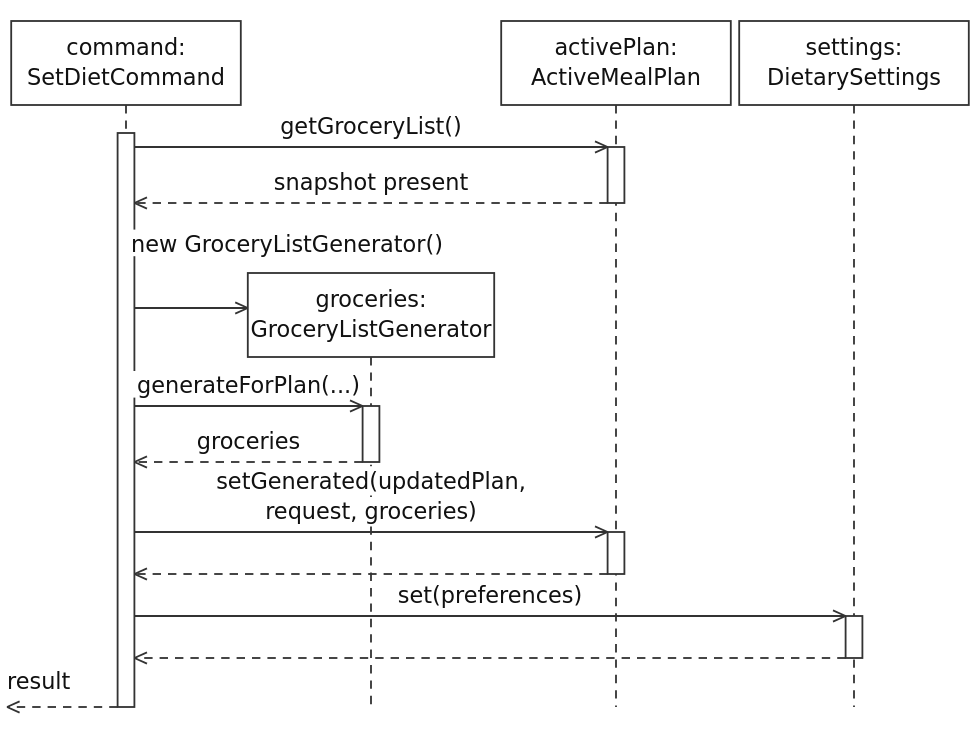
Above: docs/images/dietary/execution.svg in AY2627S1-CS2113-W13-4/tp (PlantUML), before the change. Its source is kept beside it as docs/diagrams/dietary/execution.puml.
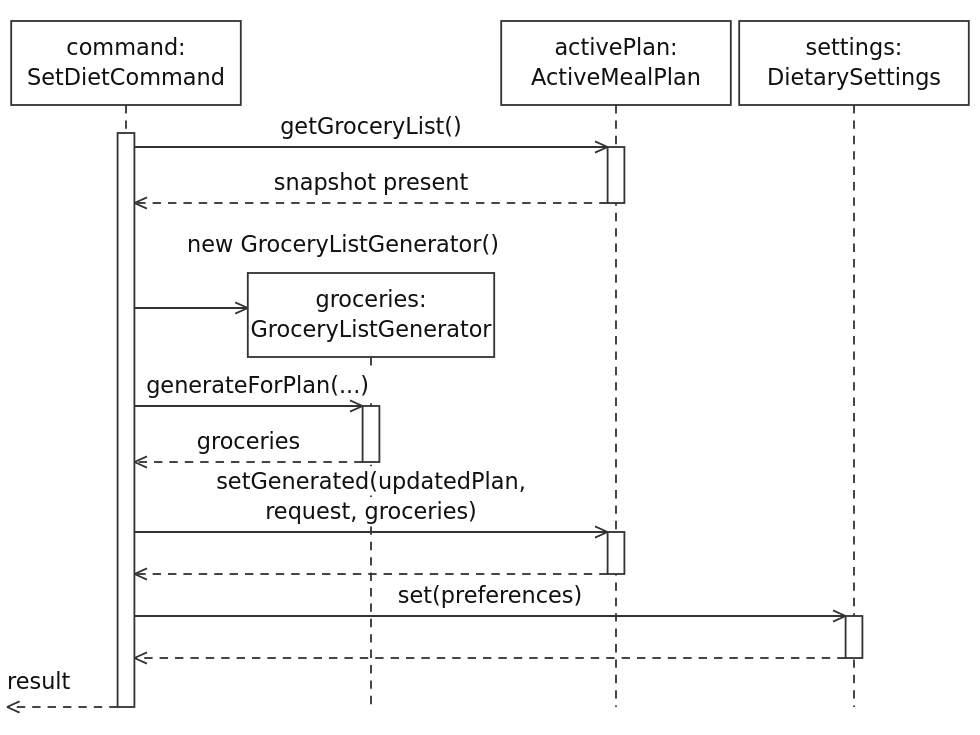
After the commit.

Commit message:
docs: keep activation bars visible in dietary sequence diagrams

Change to the diagram source:
```diff
@@ -15,7 +15,7 @@
 A --> C : snapshot present
 deactivate A
 create G
-C -> G : new GroceryListGenerator()
+C -> G : new\nGroceryListGenerator()
 C -> G : generateForPlan(...)
 activate G
 G --> C : groceries
```
